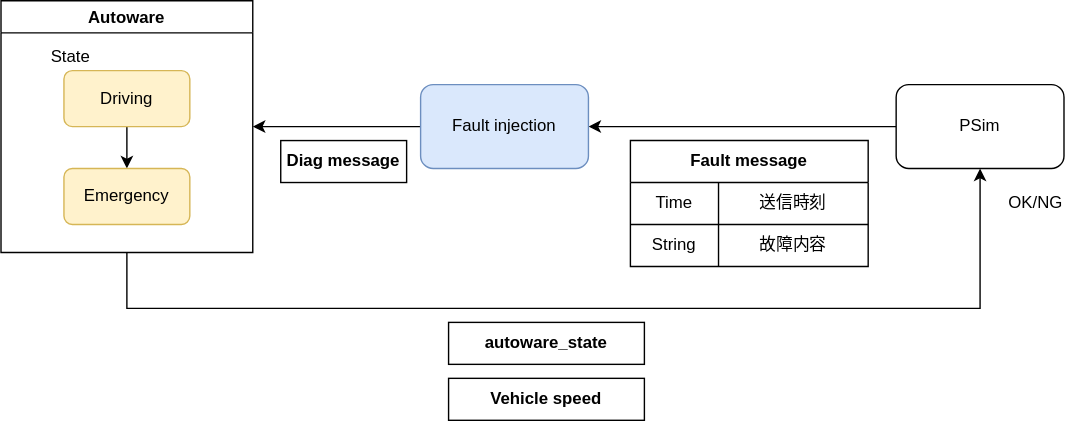
Above: simulator/util/fault_injection/img/component.drawio.svg in tier4/AutowareArchitectureProposal.iv (draw.io), before the change. Source tidied: cells renumbered, new cells last; positions are measured from the earlier drawing's top-left corner, leaving out a move shared by most shapes. Source of this version:
```xml
<mxGraphModel>
  <root>
    <mxCell id="0" />
    <mxCell id="1" parent="0" />
    <mxCell id="2" style="edgeStyle=orthogonalEdgeStyle;rounded=0;jettySize=auto;html=1;exitX=0.5;exitY=1;exitDx=0;exitDy=0;entryX=0.5;entryY=1;entryDx=0;entryDy=0;" parent="1" edge="1" source="3" target="9">
      <mxGeometry relative="1" as="geometry">
        <Array as="points">
          <mxPoint x="90" y="220" />
          <mxPoint x="700" y="220" />
        </Array>
      </mxGeometry>
    </mxCell>
    <mxCell id="3" value="Autoware" style="swimlane;" parent="1" vertex="1">
      <mxGeometry width="180" height="180" as="geometry" />
    </mxCell>
    <mxCell id="4" style="edgeStyle=orthogonalEdgeStyle;rounded=0;jettySize=auto;html=1;exitX=0.5;exitY=1;exitDx=0;exitDy=0;entryX=0.5;entryY=0;entryDx=0;entryDy=0;" parent="3" edge="1" source="5" target="6">
      <mxGeometry relative="1" as="geometry" />
    </mxCell>
    <mxCell id="5" value="Driving" style="rounded=1;whiteSpace=wrap;html=1;fillColor=#fff2cc;strokeColor=#d6b656;" parent="3" vertex="1">
      <mxGeometry x="45" y="50" width="90" height="40" as="geometry" />
    </mxCell>
    <mxCell id="6" value="Emergency" style="rounded=1;whiteSpace=wrap;html=1;fillColor=#fff2cc;strokeColor=#d6b656;" parent="3" vertex="1">
      <mxGeometry x="45" y="120" width="90" height="40" as="geometry" />
    </mxCell>
    <mxCell id="7" value="State" style="text;html=1;strokeColor=none;fillColor=none;align=center;verticalAlign=middle;whiteSpace=wrap;rounded=0;" parent="3" vertex="1">
      <mxGeometry x="30" y="30" width="40" height="20" as="geometry" />
    </mxCell>
    <mxCell id="8" style="edgeStyle=orthogonalEdgeStyle;rounded=0;jettySize=auto;html=1;exitX=0;exitY=0.5;exitDx=0;exitDy=0;entryX=1;entryY=0.5;entryDx=0;entryDy=0;" parent="1" edge="1" source="9" target="11">
      <mxGeometry relative="1" as="geometry" />
    </mxCell>
    <mxCell id="9" value="PSim" style="rounded=1;whiteSpace=wrap;html=1;" parent="1" vertex="1">
      <mxGeometry x="640" y="60" width="120" height="60" as="geometry" />
    </mxCell>
    <mxCell id="10" style="edgeStyle=orthogonalEdgeStyle;rounded=0;jettySize=auto;html=1;exitX=0;exitY=0.5;exitDx=0;exitDy=0;entryX=1;entryY=0.5;entryDx=0;entryDy=0;" parent="1" edge="1" source="11" target="3">
      <mxGeometry relative="1" as="geometry" />
    </mxCell>
    <mxCell id="11" value="Fault injection" style="rounded=1;whiteSpace=wrap;html=1;fillColor=#dae8fc;strokeColor=#6c8ebf;" parent="1" vertex="1">
      <mxGeometry x="300" y="60" width="120" height="60" as="geometry" />
    </mxCell>
    <mxCell id="12" value="Fault message" style="shape=table;html=1;whiteSpace=wrap;startSize=30;fontStyle=1;align=center;" parent="1" vertex="1">
      <mxGeometry x="450" y="100" width="170" height="90" as="geometry" />
    </mxCell>
    <mxCell id="13" style="shape=partialRectangle;html=1;whiteSpace=wrap;fillColor=none;top=0;left=0;bottom=0;right=0;" parent="12" vertex="1">
      <mxGeometry y="30" width="170" height="30" as="geometry" />
    </mxCell>
    <mxCell id="14" value="Time" style="shape=partialRectangle;html=1;whiteSpace=wrap;fillColor=none;top=0;left=0;bottom=0;right=0;overflow=hidden;" parent="13" vertex="1">
      <mxGeometry width="63" height="30" as="geometry" />
    </mxCell>
    <mxCell id="15" value="送信時刻" style="shape=partialRectangle;html=1;whiteSpace=wrap;fillColor=none;top=0;left=0;bottom=0;right=0;overflow=hidden;" parent="13" vertex="1">
      <mxGeometry x="63" width="107" height="30" as="geometry" />
    </mxCell>
    <mxCell id="16" style="shape=partialRectangle;html=1;whiteSpace=wrap;fillColor=none;top=0;left=0;bottom=0;right=0;" parent="12" vertex="1">
      <mxGeometry y="60" width="170" height="30" as="geometry" />
    </mxCell>
    <mxCell id="17" value="String" style="shape=partialRectangle;html=1;whiteSpace=wrap;fillColor=none;top=0;left=0;bottom=0;right=0;overflow=hidden;" parent="16" vertex="1">
      <mxGeometry width="63" height="30" as="geometry" />
    </mxCell>
    <mxCell id="18" value="故障内容" style="shape=partialRectangle;html=1;whiteSpace=wrap;fillColor=none;top=0;left=0;bottom=0;right=0;overflow=hidden;" parent="16" vertex="1">
      <mxGeometry x="63" width="107" height="30" as="geometry" />
    </mxCell>
    <mxCell id="19" value="Diag message" style="rounded=0;whiteSpace=wrap;html=1;fontStyle=1;" parent="1" vertex="1">
      <mxGeometry x="200" y="100" width="90" height="30" as="geometry" />
    </mxCell>
    <mxCell id="20" value="autoware_state" style="rounded=0;whiteSpace=wrap;html=1;fontStyle=1;" parent="1" vertex="1">
      <mxGeometry x="320" y="230" width="140" height="30" as="geometry" />
    </mxCell>
    <mxCell id="21" value="OK/NG" style="text;html=1;strokeColor=none;fillColor=none;align=center;verticalAlign=middle;whiteSpace=wrap;rounded=0;" parent="1" vertex="1">
      <mxGeometry x="720" y="135" width="40" height="20" as="geometry" />
    </mxCell>
    <mxCell id="22" value="Vehicle speed" style="rounded=0;whiteSpace=wrap;html=1;fontStyle=1;" parent="1" vertex="1">
      <mxGeometry x="320" y="270" width="140" height="30" as="geometry" />
    </mxCell>
  </root>
</mxGraphModel>
```
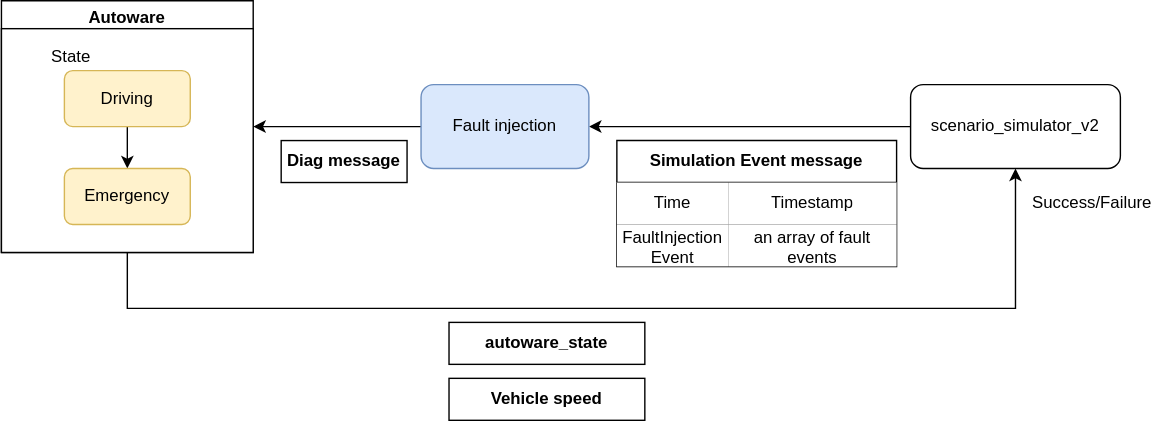
Above is the later version.

Commit message:
[Fault injection] Update component diagram (#2203)

* Update component diagram

* Rename pSim to scenario_simulator_v2

* fix upload error

* Transparent background

The edit, as a diff of the source:
```diff
@@ -6,13 +6,16 @@
       <mxGeometry relative="1" as="geometry">
         <Array as="points">
           <mxPoint x="90" y="220" />
-          <mxPoint x="700" y="220" />
+          <mxPoint x="725" y="220" />
         </Array>
       </mxGeometry>
     </mxCell>
     <mxCell id="3" value="Autoware" style="swimlane;" parent="1" vertex="1">
       <mxGeometry width="180" height="180" as="geometry" />
     </mxCell>
+    <mxCell id="23" style="rounded=0;whiteSpace=wrap;html=1;fillColor=default;" parent="3" vertex="1">
+      <mxGeometry y="20" width="180" height="160" as="geometry" />
+    </mxCell>
     <mxCell id="4" style="edgeStyle=orthogonalEdgeStyle;rounded=0;jettySize=auto;html=1;exitX=0.5;exitY=1;exitDx=0;exitDy=0;entryX=0.5;entryY=0;entryDx=0;entryDy=0;" parent="3" edge="1" source="5" target="6">
       <mxGeometry relative="1" as="geometry" />
     </mxCell>
@@ -28,8 +31,8 @@
     <mxCell id="8" style="edgeStyle=orthogonalEdgeStyle;rounded=0;jettySize=auto;html=1;exitX=0;exitY=0.5;exitDx=0;exitDy=0;entryX=1;entryY=0.5;entryDx=0;entryDy=0;" parent="1" edge="1" source="9" target="11">
       <mxGeometry relative="1" as="geometry" />
     </mxCell>
-    <mxCell id="9" value="PSim" style="rounded=1;whiteSpace=wrap;html=1;" parent="1" vertex="1">
-      <mxGeometry x="640" y="60" width="120" height="60" as="geometry" />
+    <mxCell id="9" value="scenario_simulator_v2" style="rounded=1;whiteSpace=wrap;html=1;fillColor=#FFFFFF;" parent="1" vertex="1">
+      <mxGeometry x="650" y="60" width="150" height="60" as="geometry" />
     </mxCell>
     <mxCell id="10" style="edgeStyle=orthogonalEdgeStyle;rounded=0;jettySize=auto;html=1;exitX=0;exitY=0.5;exitDx=0;exitDy=0;entryX=1;entryY=0.5;entryDx=0;entryDy=0;" parent="1" edge="1" source="11" target="3">
       <mxGeometry relative="1" as="geometry" />
@@ -37,26 +40,26 @@
     <mxCell id="11" value="Fault injection" style="rounded=1;whiteSpace=wrap;html=1;fillColor=#dae8fc;strokeColor=#6c8ebf;" parent="1" vertex="1">
       <mxGeometry x="300" y="60" width="120" height="60" as="geometry" />
     </mxCell>
-    <mxCell id="12" value="Fault message" style="shape=table;html=1;whiteSpace=wrap;startSize=30;fontStyle=1;align=center;" parent="1" vertex="1">
-      <mxGeometry x="450" y="100" width="170" height="90" as="geometry" />
+    <mxCell id="12" value="Simulation Event message" style="shape=table;html=1;whiteSpace=wrap;startSize=30;fontStyle=1;align=center;fillColor=#FFFFFF;" parent="1" vertex="1">
+      <mxGeometry x="440" y="100" width="200" height="90" as="geometry" />
     </mxCell>
     <mxCell id="13" style="shape=partialRectangle;html=1;whiteSpace=wrap;fillColor=none;top=0;left=0;bottom=0;right=0;" parent="12" vertex="1">
-      <mxGeometry y="30" width="170" height="30" as="geometry" />
+      <mxGeometry y="30" width="200" height="30" as="geometry" />
     </mxCell>
-    <mxCell id="14" value="Time" style="shape=partialRectangle;html=1;whiteSpace=wrap;fillColor=none;top=0;left=0;bottom=0;right=0;overflow=hidden;" parent="13" vertex="1">
-      <mxGeometry width="63" height="30" as="geometry" />
+    <mxCell id="14" value="Time" style="shape=partialRectangle;html=1;whiteSpace=wrap;fillColor=default;top=0;left=0;bottom=0;right=0;overflow=hidden;" parent="13" vertex="1">
+      <mxGeometry width="80" height="30" as="geometry" />
     </mxCell>
-    <mxCell id="15" value="送信時刻" style="shape=partialRectangle;html=1;whiteSpace=wrap;fillColor=none;top=0;left=0;bottom=0;right=0;overflow=hidden;" parent="13" vertex="1">
-      <mxGeometry x="63" width="107" height="30" as="geometry" />
+    <mxCell id="15" value="Timestamp" style="shape=partialRectangle;html=1;whiteSpace=wrap;fillColor=default;top=0;left=0;bottom=0;right=0;overflow=hidden;" parent="13" vertex="1">
+      <mxGeometry x="80" width="120" height="30" as="geometry" />
     </mxCell>
     <mxCell id="16" style="shape=partialRectangle;html=1;whiteSpace=wrap;fillColor=none;top=0;left=0;bottom=0;right=0;" parent="12" vertex="1">
-      <mxGeometry y="60" width="170" height="30" as="geometry" />
+      <mxGeometry y="60" width="200" height="30" as="geometry" />
     </mxCell>
-    <mxCell id="17" value="String" style="shape=partialRectangle;html=1;whiteSpace=wrap;fillColor=none;top=0;left=0;bottom=0;right=0;overflow=hidden;" parent="16" vertex="1">
-      <mxGeometry width="63" height="30" as="geometry" />
+    <mxCell id="17" value="FaultInjection&lt;br&gt;Event" style="shape=partialRectangle;html=1;whiteSpace=wrap;fillColor=default;top=0;left=0;bottom=0;right=0;overflow=hidden;" parent="16" vertex="1">
+      <mxGeometry width="80" height="30" as="geometry" />
     </mxCell>
-    <mxCell id="18" value="故障内容" style="shape=partialRectangle;html=1;whiteSpace=wrap;fillColor=none;top=0;left=0;bottom=0;right=0;overflow=hidden;" parent="16" vertex="1">
-      <mxGeometry x="63" width="107" height="30" as="geometry" />
+    <mxCell id="18" value="an array of fault events" style="shape=partialRectangle;html=1;whiteSpace=wrap;fillColor=default;top=0;left=0;bottom=0;right=0;overflow=hidden;" parent="16" vertex="1">
+      <mxGeometry x="80" width="120" height="30" as="geometry" />
     </mxCell>
     <mxCell id="19" value="Diag message" style="rounded=0;whiteSpace=wrap;html=1;fontStyle=1;" parent="1" vertex="1">
       <mxGeometry x="200" y="100" width="90" height="30" as="geometry" />
@@ -64,8 +67,8 @@
     <mxCell id="20" value="autoware_state" style="rounded=0;whiteSpace=wrap;html=1;fontStyle=1;" parent="1" vertex="1">
       <mxGeometry x="320" y="230" width="140" height="30" as="geometry" />
     </mxCell>
-    <mxCell id="21" value="OK/NG" style="text;html=1;strokeColor=none;fillColor=none;align=center;verticalAlign=middle;whiteSpace=wrap;rounded=0;" parent="1" vertex="1">
-      <mxGeometry x="720" y="135" width="40" height="20" as="geometry" />
+    <mxCell id="21" value="Success/Failure" style="text;html=1;strokeColor=none;fillColor=none;align=center;verticalAlign=middle;whiteSpace=wrap;rounded=0;" parent="1" vertex="1">
+      <mxGeometry x="760" y="135" width="40" height="20" as="geometry" />
     </mxCell>
     <mxCell id="22" value="Vehicle speed" style="rounded=0;whiteSpace=wrap;html=1;fontStyle=1;" parent="1" vertex="1">
       <mxGeometry x="320" y="270" width="140" height="30" as="geometry" />
```
